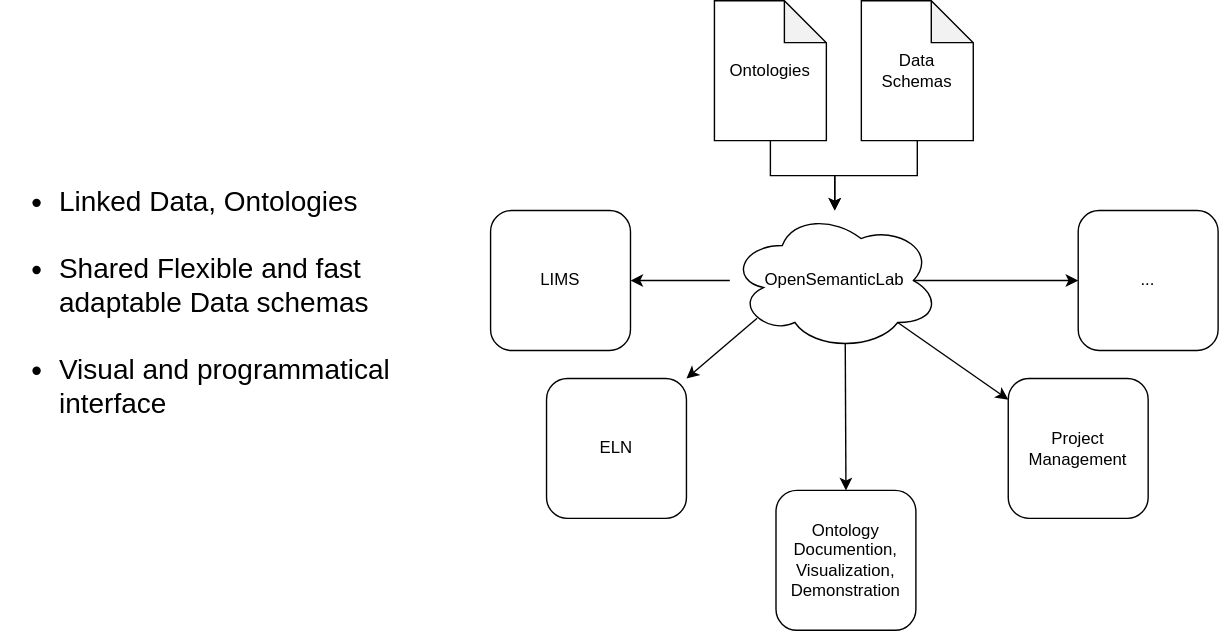
Above: core/File/OSW56878748dd384b7d8b526e7421d9c906.drawio.svg in OpenSemanticWorld-Packages/world.opensemantic.meta.docs (draw.io), before the change. Source tidied: cells renumbered, new cells last; positions are measured from the earlier drawing's top-left corner, leaving out a move shared by most shapes. Its diagram source:
```xml
<mxGraphModel>
  <root>
    <mxCell id="0" />
    <mxCell id="1" parent="0" />
    <mxCell id="2" style="rounded=0;jettySize=auto;html=1;" parent="1" edge="1" source="3" target="9">
      <mxGeometry relative="1" as="geometry" />
    </mxCell>
    <mxCell id="3" value="OpenSemanticLab" style="ellipse;shape=cloud;whiteSpace=wrap;html=1;" parent="1" vertex="1">
      <mxGeometry x="521" y="150" width="150" height="100" as="geometry" />
    </mxCell>
    <mxCell id="4" style="edgeStyle=orthogonalEdgeStyle;rounded=0;jettySize=auto;html=1;" parent="1" edge="1" source="5" target="3">
      <mxGeometry relative="1" as="geometry" />
    </mxCell>
    <mxCell id="5" value="Data Schemas" style="shape=note;whiteSpace=wrap;html=1;backgroundOutline=1;darkOpacity=0.05;" parent="1" vertex="1">
      <mxGeometry x="615" width="80" height="100" as="geometry" />
    </mxCell>
    <mxCell id="6" style="edgeStyle=orthogonalEdgeStyle;rounded=0;jettySize=auto;html=1;" parent="1" edge="1" source="7" target="3">
      <mxGeometry relative="1" as="geometry" />
    </mxCell>
    <mxCell id="7" value="Ontologies" style="shape=note;whiteSpace=wrap;html=1;backgroundOutline=1;darkOpacity=0.05;" parent="1" vertex="1">
      <mxGeometry x="510" width="80" height="100" as="geometry" />
    </mxCell>
    <mxCell id="8" value="Ontology Documention, Visualization, Demonstration" style="rounded=1;whiteSpace=wrap;html=1;" parent="1" vertex="1">
      <mxGeometry x="554" y="350" width="100" height="100" as="geometry" />
    </mxCell>
    <mxCell id="9" value="LIMS" style="rounded=1;whiteSpace=wrap;html=1;" parent="1" vertex="1">
      <mxGeometry x="350" y="150" width="100" height="100" as="geometry" />
    </mxCell>
    <mxCell id="10" value="ELN" style="rounded=1;whiteSpace=wrap;html=1;" parent="1" vertex="1">
      <mxGeometry x="390" y="270" width="100" height="100" as="geometry" />
    </mxCell>
    <mxCell id="11" value="Project Management" style="rounded=1;whiteSpace=wrap;html=1;" parent="1" vertex="1">
      <mxGeometry x="720" y="270" width="100" height="100" as="geometry" />
    </mxCell>
    <mxCell id="12" value="..." style="rounded=1;whiteSpace=wrap;html=1;" parent="1" vertex="1">
      <mxGeometry x="770" y="150" width="100" height="100" as="geometry" />
    </mxCell>
    <mxCell id="13" style="rounded=0;jettySize=auto;html=1;exitX=0.13;exitY=0.77;exitDx=0;exitDy=0;exitPerimeter=0;entryX=1;entryY=0;entryDx=0;entryDy=0;" parent="1" edge="1" source="3" target="10">
      <mxGeometry relative="1" as="geometry" />
    </mxCell>
    <mxCell id="14" style="rounded=0;jettySize=auto;html=1;exitX=0.55;exitY=0.95;exitDx=0;exitDy=0;exitPerimeter=0;entryX=0.5;entryY=0;entryDx=0;entryDy=0;" parent="1" edge="1" source="3" target="8">
      <mxGeometry relative="1" as="geometry" />
    </mxCell>
    <mxCell id="15" style="rounded=0;jettySize=auto;html=1;exitX=0.8;exitY=0.8;exitDx=0;exitDy=0;exitPerimeter=0;" parent="1" edge="1" source="3" target="11">
      <mxGeometry relative="1" as="geometry" />
    </mxCell>
    <mxCell id="16" style="rounded=0;jettySize=auto;html=1;exitX=0.875;exitY=0.5;exitDx=0;exitDy=0;exitPerimeter=0;" parent="1" edge="1" source="3" target="12">
      <mxGeometry relative="1" as="geometry" />
    </mxCell>
    <mxCell id="17" value="&lt;ul style=&quot;font-size: 20px&quot;&gt;&lt;li&gt;&lt;font style=&quot;font-size: 20px&quot;&gt;Linked Data, Ontologies&lt;/font&gt;&lt;/li&gt;&lt;font style=&quot;font-size: 20px&quot;&gt;&lt;br&gt;&lt;/font&gt;&lt;li&gt;&lt;font style=&quot;font-size: 20px&quot;&gt;Shared Flexible and fast adaptable Data schemas&lt;/font&gt;&lt;/li&gt;&lt;font style=&quot;font-size: 20px&quot;&gt;&lt;br&gt;&lt;/font&gt;&lt;li&gt;&lt;font style=&quot;font-size: 20px&quot;&gt;Visual and programmatical interface&lt;/font&gt;&lt;/li&gt;&lt;/ul&gt;" style="text;whiteSpace=wrap;html=1;align=left;verticalAlign=middle;" parent="1" vertex="1">
      <mxGeometry y="10" width="330" height="410" as="geometry" />
    </mxCell>
  </root>
</mxGraphModel>
```
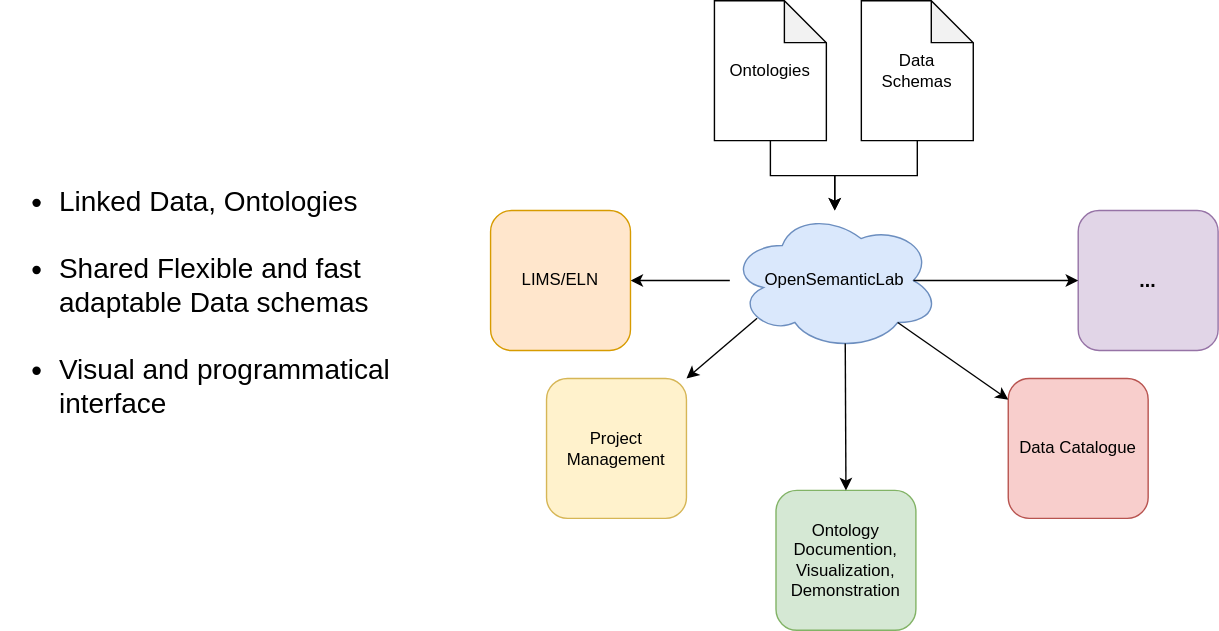
Later version of the same file.

Change to the diagram source:
```diff
@@ -2,10 +2,10 @@
   <root>
     <mxCell id="0" />
     <mxCell id="1" parent="0" />
-    <mxCell id="2" style="rounded=0;jettySize=auto;html=1;" parent="1" edge="1" source="3" target="9">
-      <mxGeometry relative="1" as="geometry" />
-    </mxCell>
+    <mxCell id="17" style="rounded=0;jettySize=auto;html=1;" parent="1" edge="1" source="3" target="18">
+      <mxGeometry relative="1" as="geometry" />
+    </mxCell>
-    <mxCell id="3" value="OpenSemanticLab" style="ellipse;shape=cloud;whiteSpace=wrap;html=1;" parent="1" vertex="1">
+    <mxCell id="3" value="OpenSemanticLab" style="ellipse;shape=cloud;whiteSpace=wrap;html=1;fillColor=#dae8fc;strokeColor=#6c8ebf;" parent="1" vertex="1">
       <mxGeometry x="521" y="150" width="150" height="100" as="geometry" />
     </mxCell>
     <mxCell id="4" style="edgeStyle=orthogonalEdgeStyle;rounded=0;jettySize=auto;html=1;" parent="1" edge="1" source="5" target="3">
@@ -20,35 +20,35 @@
     <mxCell id="7" value="Ontologies" style="shape=note;whiteSpace=wrap;html=1;backgroundOutline=1;darkOpacity=0.05;" parent="1" vertex="1">
       <mxGeometry x="510" width="80" height="100" as="geometry" />
     </mxCell>
-    <mxCell id="8" value="Ontology Documention, Visualization, Demonstration" style="rounded=1;whiteSpace=wrap;html=1;" parent="1" vertex="1">
+    <mxCell id="8" value="Ontology Documention, Visualization, Demonstration" style="rounded=1;whiteSpace=wrap;html=1;fillColor=#d5e8d4;strokeColor=#82b366;" parent="1" vertex="1">
       <mxGeometry x="554" y="350" width="100" height="100" as="geometry" />
     </mxCell>
-    <mxCell id="9" value="LIMS" style="rounded=1;whiteSpace=wrap;html=1;" parent="1" vertex="1">
-      <mxGeometry x="350" y="150" width="100" height="100" as="geometry" />
-    </mxCell>
-    <mxCell id="10" value="ELN" style="rounded=1;whiteSpace=wrap;html=1;" parent="1" vertex="1">
-      <mxGeometry x="390" y="270" width="100" height="100" as="geometry" />
-    </mxCell>
+    <mxCell id="18" value="LIMS/ELN" style="rounded=1;whiteSpace=wrap;html=1;fillColor=#ffe6cc;strokeColor=#d79b00;" parent="1" vertex="1">
+      <mxGeometry x="350" y="150" width="100" height="100" as="geometry" />
+    </mxCell>
-    <mxCell id="11" value="Project Management" style="rounded=1;whiteSpace=wrap;html=1;" parent="1" vertex="1">
-      <mxGeometry x="720" y="270" width="100" height="100" as="geometry" />
+    <mxCell id="11" value="Project Management" style="rounded=1;whiteSpace=wrap;html=1;fillColor=#fff2cc;strokeColor=#d6b656;" parent="1" vertex="1">
+      <mxGeometry x="390" y="270" width="100" height="100" as="geometry" />
     </mxCell>
+    <mxCell id="19" value="Data Catalogue" style="rounded=1;whiteSpace=wrap;html=1;fillColor=#f8cecc;strokeColor=#b85450;" parent="1" vertex="1">
+      <mxGeometry x="720" y="270" width="100" height="100" as="geometry" />
+    </mxCell>
-    <mxCell id="12" value="..." style="rounded=1;whiteSpace=wrap;html=1;" parent="1" vertex="1">
+    <mxCell id="12" value="..." style="rounded=1;whiteSpace=wrap;html=1;fillColor=#e1d5e7;strokeColor=#9673a6;fontSize=14;fontStyle=1;" parent="1" vertex="1">
       <mxGeometry x="770" y="150" width="100" height="100" as="geometry" />
     </mxCell>
-    <mxCell id="13" style="rounded=0;jettySize=auto;html=1;exitX=0.13;exitY=0.77;exitDx=0;exitDy=0;exitPerimeter=0;entryX=1;entryY=0;entryDx=0;entryDy=0;" parent="1" edge="1" source="3" target="10">
-      <mxGeometry relative="1" as="geometry" />
-    </mxCell>
+    <mxCell id="15" style="rounded=0;jettySize=auto;html=1;exitX=0.13;exitY=0.77;exitDx=0;exitDy=0;exitPerimeter=0;entryX=1;entryY=0;entryDx=0;entryDy=0;" parent="1" edge="1" source="3" target="11">
+      <mxGeometry relative="1" as="geometry" />
+    </mxCell>
     <mxCell id="14" style="rounded=0;jettySize=auto;html=1;exitX=0.55;exitY=0.95;exitDx=0;exitDy=0;exitPerimeter=0;entryX=0.5;entryY=0;entryDx=0;entryDy=0;" parent="1" edge="1" source="3" target="8">
       <mxGeometry relative="1" as="geometry" />
     </mxCell>
-    <mxCell id="15" style="rounded=0;jettySize=auto;html=1;exitX=0.8;exitY=0.8;exitDx=0;exitDy=0;exitPerimeter=0;" parent="1" edge="1" source="3" target="11">
-      <mxGeometry relative="1" as="geometry" />
-    </mxCell>
+    <mxCell id="20" style="rounded=0;jettySize=auto;html=1;exitX=0.8;exitY=0.8;exitDx=0;exitDy=0;exitPerimeter=0;" parent="1" edge="1" source="3" target="19">
+      <mxGeometry relative="1" as="geometry" />
+    </mxCell>
     <mxCell id="16" style="rounded=0;jettySize=auto;html=1;exitX=0.875;exitY=0.5;exitDx=0;exitDy=0;exitPerimeter=0;" parent="1" edge="1" source="3" target="12">
       <mxGeometry relative="1" as="geometry" />
     </mxCell>
-    <mxCell id="17" value="&lt;ul style=&quot;font-size: 20px&quot;&gt;&lt;li&gt;&lt;font style=&quot;font-size: 20px&quot;&gt;Linked Data, Ontologies&lt;/font&gt;&lt;/li&gt;&lt;font style=&quot;font-size: 20px&quot;&gt;&lt;br&gt;&lt;/font&gt;&lt;li&gt;&lt;font style=&quot;font-size: 20px&quot;&gt;Shared Flexible and fast adaptable Data schemas&lt;/font&gt;&lt;/li&gt;&lt;font style=&quot;font-size: 20px&quot;&gt;&lt;br&gt;&lt;/font&gt;&lt;li&gt;&lt;font style=&quot;font-size: 20px&quot;&gt;Visual and programmatical interface&lt;/font&gt;&lt;/li&gt;&lt;/ul&gt;" style="text;whiteSpace=wrap;html=1;align=left;verticalAlign=middle;" parent="1" vertex="1">
-      <mxGeometry y="10" width="330" height="410" as="geometry" />
-    </mxCell>
+    <mxCell id="21" value="&lt;ul style=&quot;font-size: 20px&quot;&gt;&lt;li&gt;&lt;font style=&quot;font-size: 20px&quot;&gt;Linked Data, Ontologies&lt;/font&gt;&lt;/li&gt;&lt;font style=&quot;font-size: 20px&quot;&gt;&lt;br&gt;&lt;/font&gt;&lt;li&gt;&lt;font style=&quot;font-size: 20px&quot;&gt;Shared Flexible and fast adaptable Data schemas&lt;/font&gt;&lt;/li&gt;&lt;font style=&quot;font-size: 20px&quot;&gt;&lt;br&gt;&lt;/font&gt;&lt;li&gt;&lt;font style=&quot;font-size: 20px&quot;&gt;Visual and programmatical interface&lt;/font&gt;&lt;/li&gt;&lt;/ul&gt;" style="text;whiteSpace=wrap;html=1;align=left;verticalAlign=middle;" parent="1" vertex="1">
+      <mxGeometry y="10" width="330" height="410" as="geometry" />
+    </mxCell>
   </root>
 </mxGraphModel>
```
